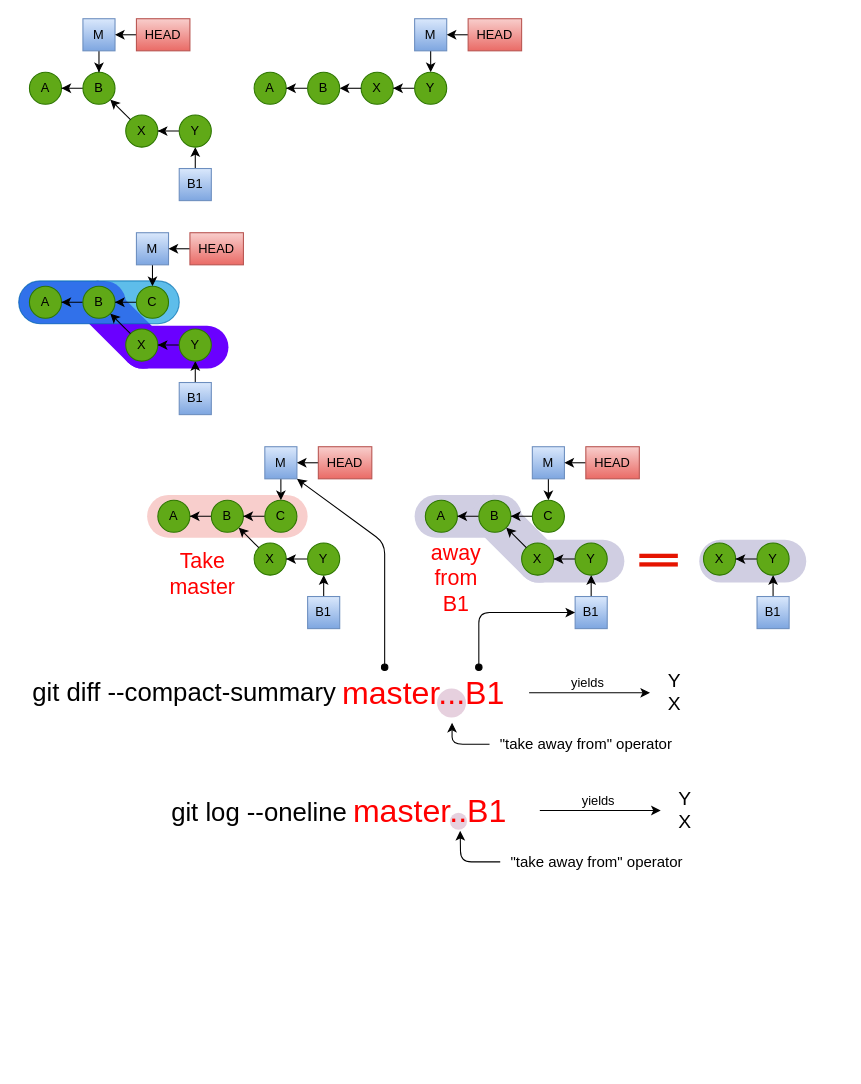
The draw.io diagram page "Git3" (3 of 3) of git/images/Git.drawio in lacounty-isab/workshops, before the edit. Source tidied: cells renumbered, new cells numbered last; positions are measured from the earlier drawing's top-left corner, leaving out a move shared by most shapes. Both pictures are drawn from the tidied source at 107%, with x=0, y=0 at pixel (18, 18).
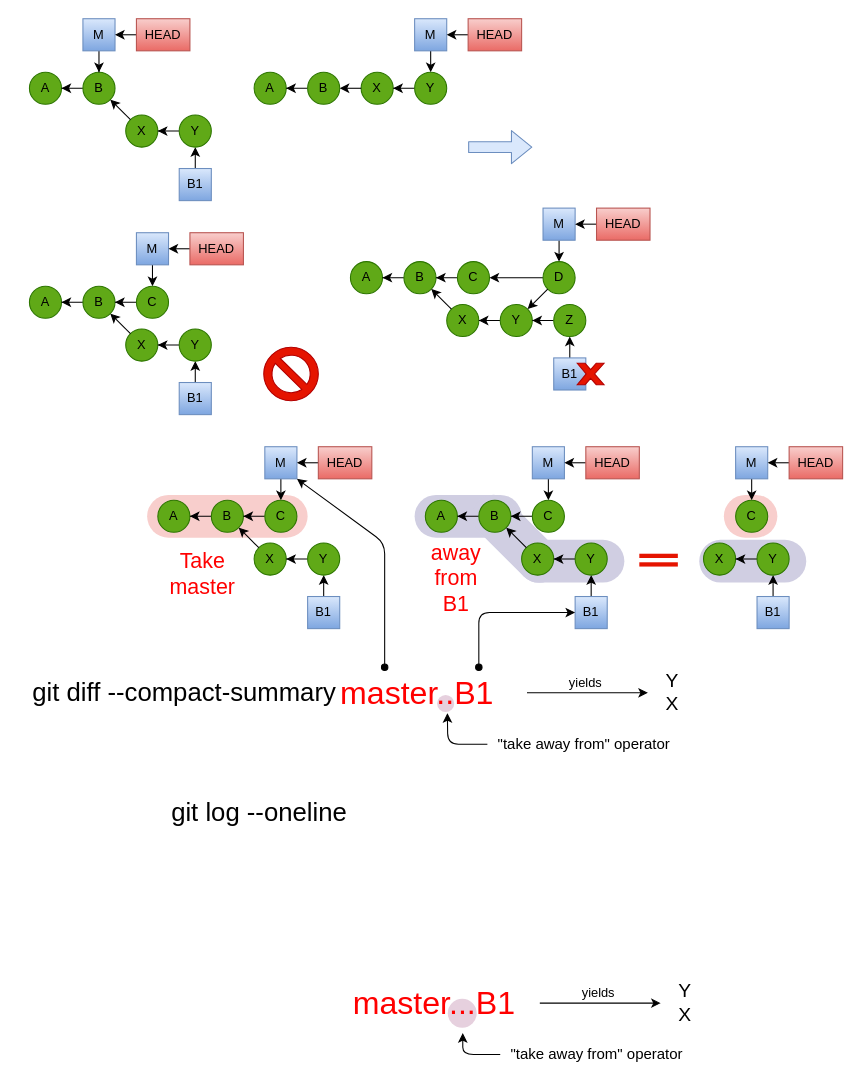
Above is the later version.

The edit, as a diff of the source:
```diff
@@
-    <mxCell id="1" parent="0" />
-    <mxCell id="2" style="rounded=1;whiteSpace=wrap;html=1;arcSize=50;fillColor=#6a00ff;strokeColor=none;fontColor=#ffffff;" parent="1" vertex="1">
-      <mxGeometry y="245" width="100" height="40" as="geometry" />
-    </mxCell>
-    <mxCell id="3" style="rounded=1;whiteSpace=wrap;html=1;arcSize=50;fillColor=#6a00ff;rotation=45;strokeColor=none;fontColor=#ffffff;" parent="1" vertex="1">
-      <mxGeometry x="45" y="266" width="100" height="40" as="geometry" />
-    </mxCell>
-    <mxCell id="4" style="rounded=1;whiteSpace=wrap;html=1;arcSize=50;fillColor=#6a00ff;strokeColor=none;fontColor=#ffffff;" parent="1" vertex="1">
-      <mxGeometry x="96" y="287" width="100" height="40" as="geometry" />
-    </mxCell>
-    <mxCell id="5" parent="0" />
-    <mxCell id="6" style="rounded=1;whiteSpace=wrap;html=1;arcSize=50;fillColor=#1ba1e2;strokeColor=#006EAF;opacity=70;fontColor=#ffffff;" parent="5" vertex="1">
-      <mxGeometry y="245" width="150" height="40" as="geometry" />
-    </mxCell>
@@
+    <mxCell id="111" style="rounded=1;whiteSpace=wrap;html=1;arcSize=50;fillColor=#f8cecc;strokeColor=none;" parent="7" vertex="1">
+      <mxGeometry x="659" y="445" width="50" height="40" as="geometry" />
+    </mxCell>
     <mxCell id="8" style="ellipse;whiteSpace=wrap;html=1;labelBackgroundColor=#ffffff;fillColor=#E6D0DE;fontColor=#000000;strokeColor=none;" parent="7" vertex="1">
-      <mxGeometry x="391" y="626" width="27" height="27" as="geometry" />
+      <mxGeometry x="401" y="916" width="27" height="27" as="geometry" />
     </mxCell>
@@
     <mxCell id="90" value="&lt;font style=&quot;font-size: 30px&quot;&gt;master...B1&lt;/font&gt;" style="text;html=1;strokeColor=none;fillColor=none;align=center;verticalAlign=middle;whiteSpace=wrap;rounded=0;fontColor=#FF0000;" parent="7" vertex="1">
-      <mxGeometry x="280" y="610" width="197" height="40" as="geometry" />
+      <mxGeometry x="290" y="900" width="197" height="40" as="geometry" />
     </mxCell>
@@
     <mxCell id="94" value="&lt;font style=&quot;font-size: 18px&quot;&gt;Y&lt;br&gt;X&lt;/font&gt;" style="text;html=1;strokeColor=none;fillColor=none;align=center;verticalAlign=middle;whiteSpace=wrap;rounded=0;fontColor=#000000;" parent="7" vertex="1">
-      <mxGeometry x="590" y="615.5" width="46" height="29" as="geometry" />
+      <mxGeometry x="600" y="905.5" width="46" height="29" as="geometry" />
     </mxCell>
@@
     <mxCell id="100" style="endArrow=classic;html=1;fontColor=#000000;" parent="7" edge="1">
       <mxGeometry relative="1" as="geometry">
-        <mxPoint x="440" y="678" as="sourcePoint" />
-        <mxPoint x="405" y="658" as="targetPoint" />
+        <mxPoint x="450" y="968" as="sourcePoint" />
+        <mxPoint x="415" y="948" as="targetPoint" />
         <Array as="points">
-          <mxPoint x="405" y="678" />
+          <mxPoint x="415" y="968" />
         </Array>
       </mxGeometry>
     </mxCell>
     <mxCell id="101" value="&lt;font style=&quot;font-size: 14px&quot;&gt;&quot;take away from&quot; operator&lt;/font&gt;" style="text;html=1;strokeColor=none;fillColor=none;align=center;verticalAlign=middle;whiteSpace=wrap;rounded=0;labelBackgroundColor=none;fontColor=#000000;" parent="7" vertex="1">
-      <mxGeometry x="441" y="668" width="179" height="20" as="geometry" />
+      <mxGeometry x="451" y="958" width="179" height="20" as="geometry" />
     </mxCell>
     <mxCell id="102" value="yields" style="text;html=1;strokeColor=none;fillColor=none;align=center;verticalAlign=middle;whiteSpace=wrap;rounded=0;labelBackgroundColor=none;fontColor=#000000;" parent="7" vertex="1">
-      <mxGeometry x="512" y="611" width="40" height="20" as="geometry" />
+      <mxGeometry x="522" y="901" width="40" height="20" as="geometry" />
     </mxCell>
     <mxCell id="103" style="ellipse;whiteSpace=wrap;html=1;labelBackgroundColor=#ffffff;fillColor=#E6D0DE;fontColor=#000000;strokeColor=none;" parent="7" vertex="1">
-      <mxGeometry x="403" y="742" width="16" height="16" as="geometry" />
+      <mxGeometry x="391" y="632" width="16" height="16" as="geometry" />
     </mxCell>
     <mxCell id="104" value="&lt;font style=&quot;font-size: 30px&quot;&gt;master..B1&lt;/font&gt;" style="text;html=1;strokeColor=none;fillColor=none;align=center;verticalAlign=middle;whiteSpace=wrap;rounded=0;fontColor=#FF0000;" parent="7" vertex="1">
-      <mxGeometry x="282" y="720" width="205" height="40" as="geometry" />
+      <mxGeometry x="270" y="610" width="205" height="40" as="geometry" />
     </mxCell>
@@
     <mxCell id="106" value="&lt;font style=&quot;font-size: 18px&quot;&gt;Y&lt;br&gt;X&lt;/font&gt;" style="text;html=1;strokeColor=none;fillColor=none;align=center;verticalAlign=middle;whiteSpace=wrap;rounded=0;fontColor=#000000;" parent="7" vertex="1">
-      <mxGeometry x="600" y="725.5" width="46" height="29" as="geometry" />
+      <mxGeometry x="588" y="615.5" width="46" height="29" as="geometry" />
     </mxCell>
@@
     <mxCell id="108" style="endArrow=classic;html=1;fontColor=#000000;entryX=0.637;entryY=0.975;entryDx=0;entryDy=0;entryPerimeter=0;" parent="7" edge="1" target="104">
       <mxGeometry relative="1" as="geometry">
-        <mxPoint x="450" y="788" as="sourcePoint" />
+        <mxPoint x="438" y="678" as="sourcePoint" />
         <Array as="points">
-          <mxPoint x="413" y="788" />
+          <mxPoint x="401" y="678" />
         </Array>
       </mxGeometry>
     </mxCell>
     <mxCell id="109" value="&lt;font style=&quot;font-size: 14px&quot;&gt;&quot;take away from&quot; operator&lt;/font&gt;" style="text;html=1;strokeColor=none;fillColor=none;align=center;verticalAlign=middle;whiteSpace=wrap;rounded=0;labelBackgroundColor=none;fontColor=#000000;" parent="7" vertex="1">
-      <mxGeometry x="451" y="778" width="179" height="20" as="geometry" />
+      <mxGeometry x="439" y="668" width="179" height="20" as="geometry" />
     </mxCell>
     <mxCell id="110" value="yields" style="text;html=1;strokeColor=none;fillColor=none;align=center;verticalAlign=middle;whiteSpace=wrap;rounded=0;labelBackgroundColor=none;fontColor=#000000;" parent="7" vertex="1">
-      <mxGeometry x="522" y="721" width="40" height="20" as="geometry" />
+      <mxGeometry x="510" y="611" width="40" height="20" as="geometry" />
     </mxCell>
+    <mxCell id="112" value="&lt;font color=&quot;#000000&quot;&gt;A&lt;/font&gt;" style="ellipse;whiteSpace=wrap;html=1;fillColor=#60a917;strokeColor=#2D7600;fontColor=#ffffff;" parent="7" vertex="1">
+      <mxGeometry x="310" y="227" width="30" height="30" as="geometry" />
+    </mxCell>
+    <mxCell id="113" style="edgeStyle=orthogonalEdgeStyle;rounded=0;jettySize=auto;html=1;entryX=1;entryY=0.5;entryDx=0;entryDy=0;" parent="7" edge="1" source="114" target="112">
+      <mxGeometry relative="1" as="geometry" />
+    </mxCell>
+    <mxCell id="114" value="&lt;font color=&quot;#000000&quot;&gt;B&lt;/font&gt;" style="ellipse;whiteSpace=wrap;html=1;fillColor=#60a917;strokeColor=#2D7600;fontColor=#ffffff;" parent="7" vertex="1">
+      <mxGeometry x="360" y="227" width="30" height="30" as="geometry" />
+    </mxCell>
+    <mxCell id="115" style="edgeStyle=orthogonalEdgeStyle;rounded=0;jettySize=auto;html=1;entryX=0.5;entryY=0;entryDx=0;entryDy=0;" parent="7" edge="1" source="116">
+      <mxGeometry relative="1" as="geometry">
+        <mxPoint x="505" y="227" as="targetPoint" />
+      </mxGeometry>
+    </mxCell>
+    <mxCell id="116" value="M" style="whiteSpace=wrap;html=1;fillColor=#dae8fc;strokeColor=#6c8ebf;gradientColor=#7ea6e0;" parent="7" vertex="1">
+      <mxGeometry x="490" y="177" width="30" height="30" as="geometry" />
+    </mxCell>
+    <mxCell id="117" style="edgeStyle=orthogonalEdgeStyle;rounded=0;jettySize=auto;html=1;entryX=1;entryY=0.5;entryDx=0;entryDy=0;fontColor=#000000;" parent="7" edge="1" source="118">
+      <mxGeometry relative="1" as="geometry">
+        <mxPoint x="520" y="192" as="targetPoint" />
+      </mxGeometry>
+    </mxCell>
+    <mxCell id="118" value="HEAD" style="rounded=0;whiteSpace=wrap;html=1;fillColor=#f8cecc;strokeColor=#b85450;gradientColor=#ea6b66;" parent="7" vertex="1">
+      <mxGeometry x="540" y="177" width="50" height="30" as="geometry" />
+    </mxCell>
+    <mxCell id="119" style="edgeStyle=orthogonalEdgeStyle;rounded=0;jettySize=auto;html=1;entryX=0.5;entryY=1;entryDx=0;entryDy=0;fontColor=#000000;" parent="7" edge="1" source="120">
+      <mxGeometry relative="1" as="geometry">
+        <mxPoint x="515" y="297" as="targetPoint" />
+      </mxGeometry>
+    </mxCell>
+    <mxCell id="120" value="B1" style="whiteSpace=wrap;html=1;fillColor=#dae8fc;strokeColor=#6c8ebf;gradientColor=#7ea6e0;" parent="7" vertex="1">
+      <mxGeometry x="500" y="317" width="30" height="30" as="geometry" />
+    </mxCell>
+    <mxCell id="121" value="&lt;font color=&quot;#000000&quot;&gt;X&lt;/font&gt;" style="ellipse;whiteSpace=wrap;html=1;fillColor=#60a917;strokeColor=#2D7600;fontColor=#ffffff;" parent="7" vertex="1">
+      <mxGeometry x="400" y="267" width="30" height="30" as="geometry" />
+    </mxCell>
+    <mxCell id="122" style="endArrow=classic;html=1;fontColor=#000000;entryX=1;entryY=1;entryDx=0;entryDy=0;exitX=0;exitY=0;exitDx=0;exitDy=0;" parent="7" edge="1" source="121" target="114">
+      <mxGeometry relative="1" as="geometry" />
+    </mxCell>
+    <mxCell id="123" style="edgeStyle=orthogonalEdgeStyle;rounded=0;jettySize=auto;html=1;entryX=1;entryY=0.5;entryDx=0;entryDy=0;fontColor=#000000;" parent="7" edge="1" source="124" target="121">
+      <mxGeometry relative="1" as="geometry" />
+    </mxCell>
+    <mxCell id="124" value="&lt;font color=&quot;#000000&quot;&gt;Y&lt;/font&gt;" style="ellipse;whiteSpace=wrap;html=1;fillColor=#60a917;strokeColor=#2D7600;fontColor=#ffffff;" parent="7" vertex="1">
+      <mxGeometry x="450" y="267" width="30" height="30" as="geometry" />
+    </mxCell>
+    <mxCell id="125" style="edgeStyle=orthogonalEdgeStyle;rounded=0;jettySize=auto;html=1;entryX=1;entryY=0.5;entryDx=0;entryDy=0;" parent="7" edge="1" source="126" target="114">
+      <mxGeometry relative="1" as="geometry" />
+    </mxCell>
+    <mxCell id="126" value="&lt;font color=&quot;#000000&quot;&gt;C&lt;/font&gt;" style="ellipse;whiteSpace=wrap;html=1;fillColor=#60a917;strokeColor=#2D7600;fontColor=#ffffff;" parent="7" vertex="1">
+      <mxGeometry x="410" y="227" width="30" height="30" as="geometry" />
+    </mxCell>
+    <mxCell id="127" style="edgeStyle=orthogonalEdgeStyle;rounded=0;jettySize=auto;html=1;entryX=0.5;entryY=0;entryDx=0;entryDy=0;" parent="7" edge="1" source="128">
+      <mxGeometry relative="1" as="geometry">
+        <mxPoint x="685" y="450" as="targetPoint" />
+      </mxGeometry>
+    </mxCell>
+    <mxCell id="128" value="M" style="whiteSpace=wrap;html=1;fillColor=#dae8fc;strokeColor=#6c8ebf;gradientColor=#7ea6e0;" parent="7" vertex="1">
+      <mxGeometry x="670" y="400" width="30" height="30" as="geometry" />
+    </mxCell>
+    <mxCell id="129" style="edgeStyle=orthogonalEdgeStyle;rounded=0;jettySize=auto;html=1;entryX=1;entryY=0.5;entryDx=0;entryDy=0;fontColor=#000000;" parent="7" edge="1" source="130">
+      <mxGeometry relative="1" as="geometry">
+        <mxPoint x="700" y="415" as="targetPoint" />
+      </mxGeometry>
+    </mxCell>
+    <mxCell id="130" value="HEAD" style="rounded=0;whiteSpace=wrap;html=1;fillColor=#f8cecc;strokeColor=#b85450;gradientColor=#ea6b66;" parent="7" vertex="1">
+      <mxGeometry x="720" y="400" width="50" height="30" as="geometry" />
+    </mxCell>
+    <mxCell id="131" value="&lt;font color=&quot;#000000&quot;&gt;C&lt;/font&gt;" style="ellipse;whiteSpace=wrap;html=1;fillColor=#60a917;strokeColor=#2D7600;fontColor=#ffffff;" parent="7" vertex="1">
+      <mxGeometry x="670" y="450" width="30" height="30" as="geometry" />
+    </mxCell>
+    <mxCell id="132" style="edgeStyle=orthogonalEdgeStyle;rounded=0;jettySize=auto;html=1;entryX=1;entryY=0.5;entryDx=0;entryDy=0;" parent="7" edge="1" source="133" target="126">
+      <mxGeometry relative="1" as="geometry" />
+    </mxCell>
+    <mxCell id="133" value="&lt;font color=&quot;#000000&quot;&gt;D&lt;/font&gt;" style="ellipse;whiteSpace=wrap;html=1;fillColor=#60a917;strokeColor=#2D7600;fontColor=#ffffff;" parent="7" vertex="1">
+      <mxGeometry x="490" y="227" width="30" height="30" as="geometry" />
+    </mxCell>
+    <mxCell id="134" style="endArrow=classic;html=1;fontColor=#000000;entryX=1;entryY=0;entryDx=0;entryDy=0;exitX=0;exitY=1;exitDx=0;exitDy=0;" parent="7" edge="1" source="133" target="124">
+      <mxGeometry relative="1" as="geometry" />
+    </mxCell>
+    <mxCell id="135" style="shape=flexArrow;endArrow=classic;html=1;fillColor=#dae8fc;strokeColor=#6c8ebf;" parent="7" edge="1">
+      <mxGeometry relative="1" as="geometry">
+        <mxPoint x="420" y="120" as="sourcePoint" />
+        <mxPoint x="480" y="120" as="targetPoint" />
+      </mxGeometry>
+    </mxCell>
+    <mxCell id="136" style="edgeStyle=orthogonalEdgeStyle;rounded=0;jettySize=auto;html=1;entryX=1;entryY=0.5;entryDx=0;entryDy=0;" parent="7" edge="1" source="137" target="124">
+      <mxGeometry relative="1" as="geometry" />
+    </mxCell>
+    <mxCell id="137" value="&lt;font color=&quot;#000000&quot;&gt;Z&lt;/font&gt;" style="ellipse;whiteSpace=wrap;html=1;fillColor=#60a917;strokeColor=#2D7600;fontColor=#ffffff;" parent="7" vertex="1">
+      <mxGeometry x="500" y="267" width="30" height="30" as="geometry" />
+    </mxCell>
+    <mxCell id="138" style="verticalLabelPosition=bottom;verticalAlign=top;html=1;shape=mxgraph.basic.no_symbol;fillColor=#e51400;strokeColor=#B20000;fontColor=#ffffff;" parent="7" vertex="1">
+      <mxGeometry x="229" y="307" width="51" height="50" as="geometry" />
+    </mxCell>
+    <mxCell id="139" style="verticalLabelPosition=bottom;verticalAlign=top;html=1;shape=mxgraph.basic.x;fillColor=#e51400;strokeColor=#B20000;fontColor=#ffffff;" parent="7" vertex="1">
+      <mxGeometry x="522" y="322" width="25" height="20" as="geometry" />
+    </mxCell>
```
